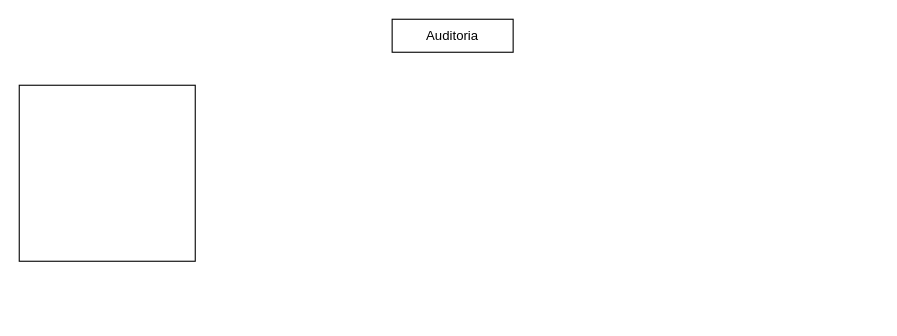
yeco96/diagramsAPP keeps this draw.io diagram as Untitled Diagram.drawio. Above is the earlier version. Source tidied: cells renumbered, new cells numbered last; positions are measured from the earlier drawing's top-left corner, leaving out a move shared by most shapes. Both pictures are drawn from the tidied source at 110%, with x=0, y=0 at pixel (19, 19).
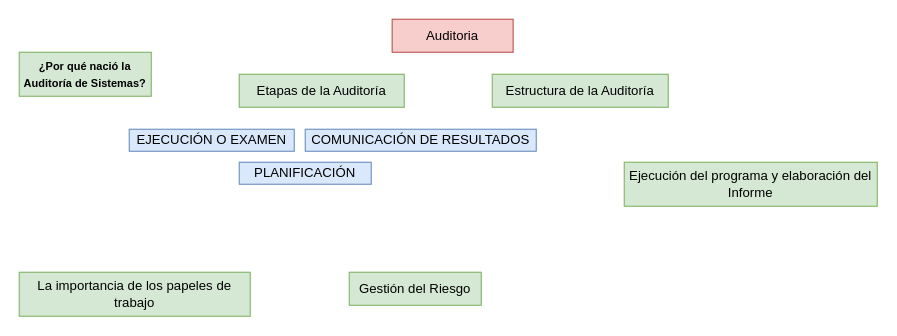
Above is the later version.

Change to the diagram source:
```diff
@@
 <mxGraphModel>
   <root>
     <mxCell id="0" />
     <mxCell id="1" parent="0" />
-    <mxCell id="2" value="Auditoria" style="rounded=0;whiteSpace=wrap;html=1;" parent="1" vertex="1">
+    <mxCell id="2" value="Auditoria" style="rounded=0;whiteSpace=wrap;html=1;fillColor=#f8cecc;strokeColor=#b85450;" parent="1" vertex="1">
       <mxGeometry x="339" width="110" height="30" as="geometry" />
     </mxCell>
-    <mxCell id="3" style="whiteSpace=wrap;html=1;" parent="1" vertex="1">
-      <mxGeometry y="60" width="160" height="160" as="geometry" />
-    </mxCell>
+    <mxCell id="4" value="&lt;font face=&quot;arial&quot;&gt;&lt;span style=&quot;font-size: 10px&quot;&gt;&lt;b&gt;¿Por qué nació la Auditoría de Sistemas?&lt;/b&gt;&lt;/span&gt;&lt;/font&gt;" style="rounded=0;whiteSpace=wrap;html=1;fillColor=#d5e8d4;strokeColor=#82b366;" parent="1" vertex="1">
+      <mxGeometry y="30" width="120" height="40" as="geometry" />
+    </mxCell>
+    <mxCell id="5" value="Etapas de la Auditoría" style="rounded=0;whiteSpace=wrap;html=1;fillColor=#d5e8d4;strokeColor=#82b366;" parent="1" vertex="1">
+      <mxGeometry x="200" y="50" width="150" height="30" as="geometry" />
+    </mxCell>
+    <mxCell id="6" value="EJECUCIÓN O EXAMEN" style="rounded=0;whiteSpace=wrap;html=1;fillColor=#dae8fc;strokeColor=#6c8ebf;" parent="1" vertex="1">
+      <mxGeometry x="100" y="100" width="150" height="20" as="geometry" />
+    </mxCell>
+    <mxCell id="7" value="COMUNICACIÓN DE RESULTADOS" style="rounded=0;whiteSpace=wrap;html=1;fillColor=#dae8fc;strokeColor=#6c8ebf;" parent="1" vertex="1">
+      <mxGeometry x="260" y="100" width="210" height="20" as="geometry" />
+    </mxCell>
+    <mxCell id="8" value="PLANIFICACIÓN" style="rounded=0;whiteSpace=wrap;html=1;fillColor=#dae8fc;strokeColor=#6c8ebf;" parent="1" vertex="1">
+      <mxGeometry x="200" y="130" width="120" height="20" as="geometry" />
+    </mxCell>
+    <mxCell id="9" value="Estructura de la Auditoría" style="rounded=0;whiteSpace=wrap;html=1;fillColor=#d5e8d4;strokeColor=#82b366;" parent="1" vertex="1">
+      <mxGeometry x="430" y="50" width="160" height="30" as="geometry" />
+    </mxCell>
+    <mxCell id="10" value="Ejecución del programa y elaboración del Informe" style="rounded=0;whiteSpace=wrap;html=1;fillColor=#d5e8d4;strokeColor=#82b366;" parent="1" vertex="1">
+      <mxGeometry x="550" y="130" width="230" height="40" as="geometry" />
+    </mxCell>
+    <mxCell id="11" value="La importancia de los papeles de trabajo" style="rounded=0;whiteSpace=wrap;html=1;fillColor=#d5e8d4;strokeColor=#82b366;" parent="1" vertex="1">
+      <mxGeometry y="230" width="210" height="40" as="geometry" />
+    </mxCell>
+    <mxCell id="12" value="Gestión del Riesgo" style="rounded=0;whiteSpace=wrap;html=1;fillColor=#d5e8d4;strokeColor=#82b366;" parent="1" vertex="1">
+      <mxGeometry x="300" y="230" width="120" height="30" as="geometry" />
+    </mxCell>
   </root>
 </mxGraphModel>
```
